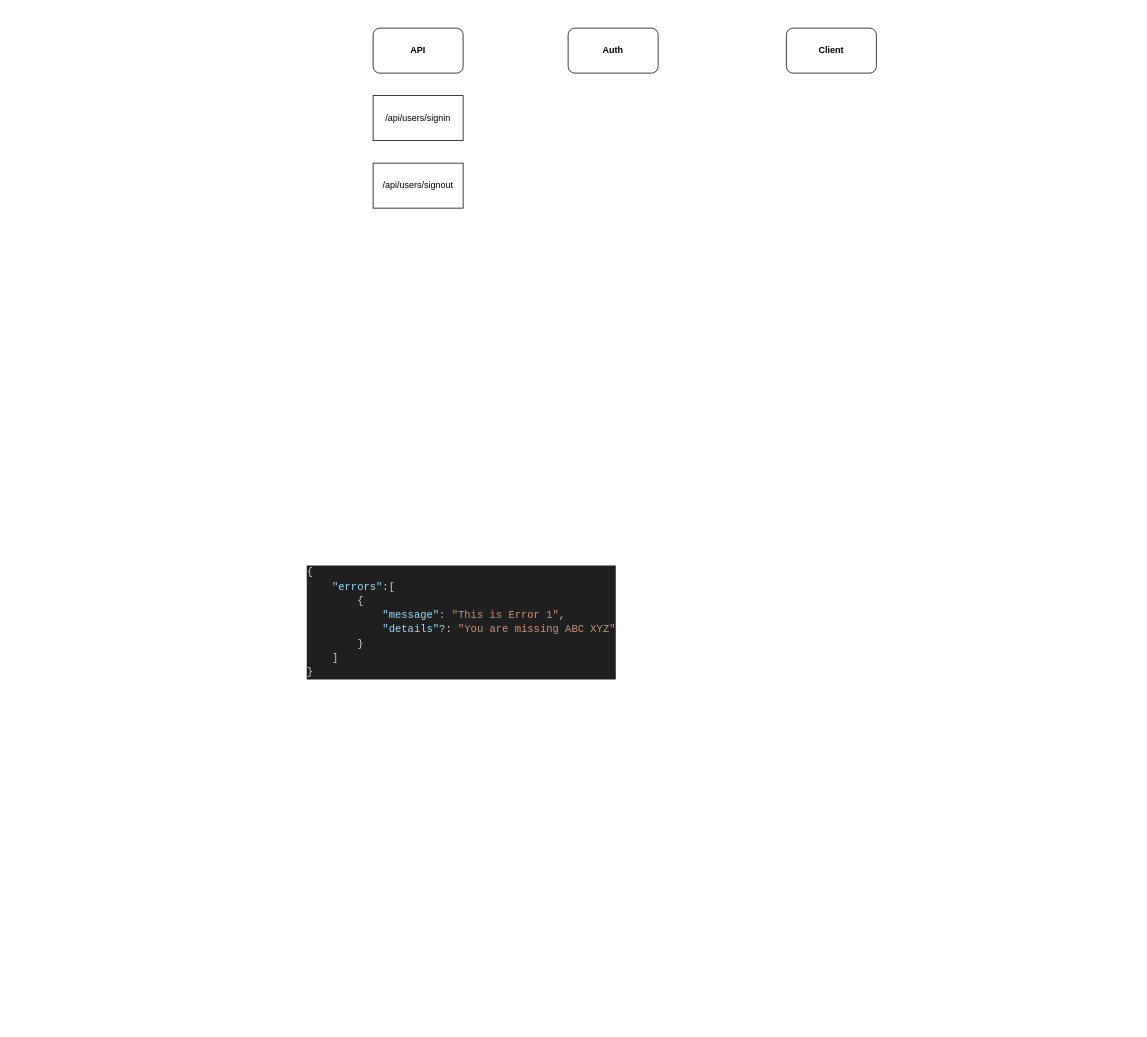
Earlier version of the draw.io diagram API.drawio (n0aHVN/TableTennisShop). Source tidied: cells renumbered, new cells numbered last; positions are measured from the earlier drawing's top-left corner, leaving out a move shared by most shapes. Both pictures are drawn from the tidied source at 75%, with x=0, y=0 at pixel (305, 28).
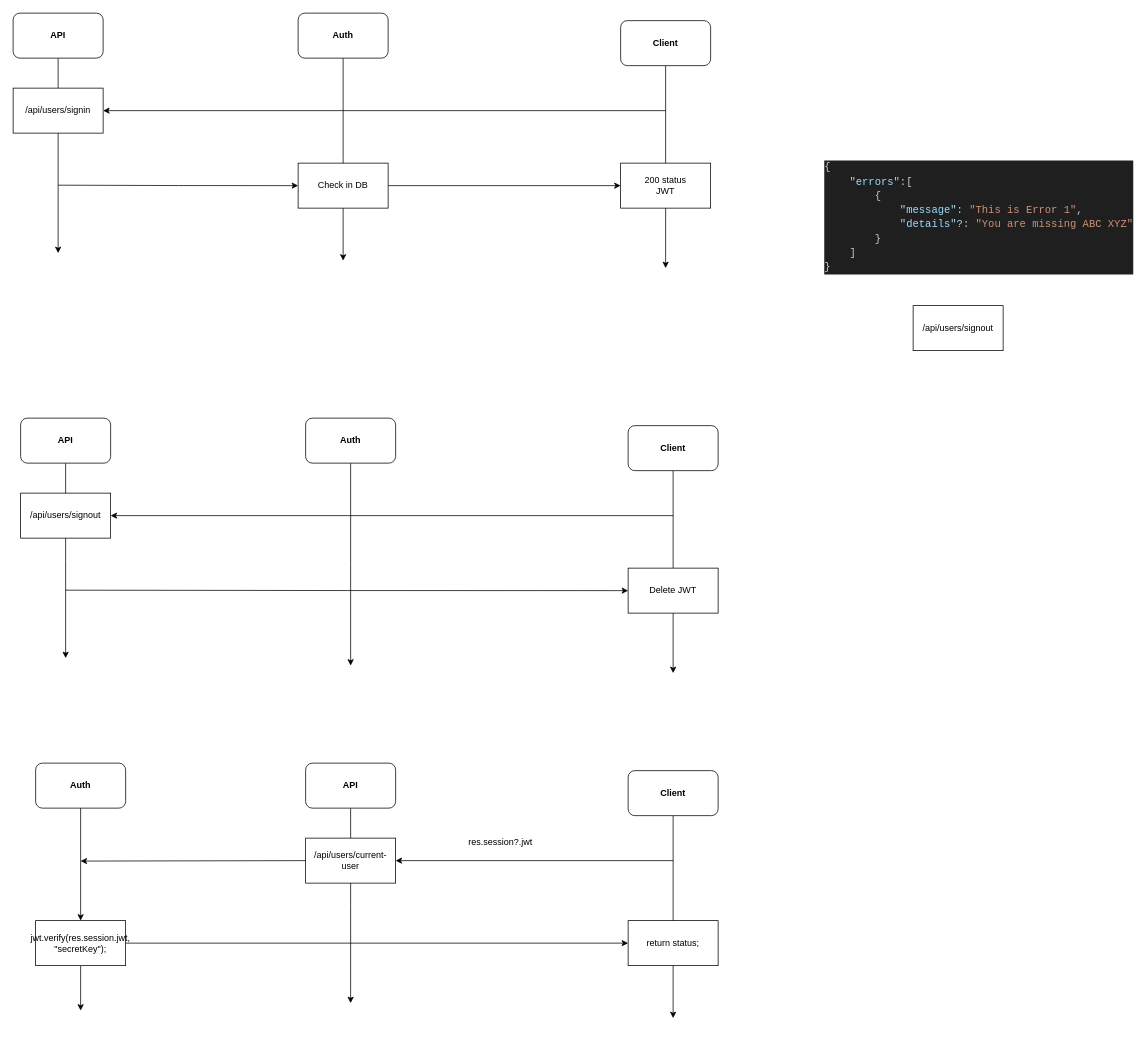
The same page after the edit.

Diff of the diagram source:
```diff
@@
     <mxCell id="2" value="&lt;div style=&quot;color: rgb(204, 204, 204); background-color: rgb(31, 31, 31); font-family: Consolas, &amp;quot;Courier New&amp;quot;, monospace; font-weight: normal; font-size: 14px; line-height: 19px; white-space: pre;&quot;&gt;&lt;div&gt;&lt;span style=&quot;color: rgb(204, 204, 204);&quot;&gt;{&lt;/span&gt;&lt;/div&gt;&lt;div&gt;&lt;span style=&quot;color: rgb(204, 204, 204);&quot;&gt;&amp;nbsp; &amp;nbsp; &lt;/span&gt;&lt;span style=&quot;color: rgb(156, 220, 254);&quot;&gt;&quot;errors&quot;&lt;/span&gt;&lt;span style=&quot;color: rgb(204, 204, 204);&quot;&gt;:[&lt;/span&gt;&lt;/div&gt;&lt;div&gt;&lt;span style=&quot;color: rgb(204, 204, 204);&quot;&gt;&amp;nbsp; &amp;nbsp; &amp;nbsp; &amp;nbsp; {&lt;/span&gt;&lt;/div&gt;&lt;div&gt;&lt;span style=&quot;color: rgb(204, 204, 204);&quot;&gt;&amp;nbsp; &amp;nbsp; &amp;nbsp; &amp;nbsp; &amp;nbsp; &amp;nbsp; &lt;/span&gt;&lt;span style=&quot;color: rgb(156, 220, 254);&quot;&gt;&quot;message&quot;&lt;/span&gt;&lt;span style=&quot;color: rgb(204, 204, 204);&quot;&gt;: &lt;/span&gt;&lt;span style=&quot;color: rgb(206, 145, 120);&quot;&gt;&quot;This is Error 1&quot;&lt;/span&gt;&lt;span style=&quot;color: rgb(204, 204, 204);&quot;&gt;,&lt;/span&gt;&lt;/div&gt;&lt;div&gt;&lt;span style=&quot;color: rgb(204, 204, 204);&quot;&gt;&amp;nbsp; &amp;nbsp; &amp;nbsp; &amp;nbsp; &amp;nbsp; &amp;nbsp; &lt;/span&gt;&lt;span style=&quot;color: rgb(156, 220, 254);&quot;&gt;&quot;details&quot;?&lt;/span&gt;&lt;span style=&quot;color: rgb(204, 204, 204);&quot;&gt;: &lt;/span&gt;&lt;span style=&quot;color: rgb(206, 145, 120);&quot;&gt;&quot;You are missing ABC XYZ&quot;&lt;/span&gt;&lt;/div&gt;&lt;div&gt;&lt;span style=&quot;color: rgb(204, 204, 204);&quot;&gt;&amp;nbsp; &amp;nbsp; &amp;nbsp; &amp;nbsp; }&lt;/span&gt;&lt;/div&gt;&lt;div&gt;&lt;span style=&quot;color: rgb(204, 204, 204);&quot;&gt;&amp;nbsp; &amp;nbsp; ]&lt;/span&gt;&lt;/div&gt;&lt;div&gt;&lt;span style=&quot;color: rgb(204, 204, 204);&quot;&gt;}&lt;/span&gt;&lt;/div&gt;&lt;/div&gt;" style="text;whiteSpace=wrap;html=1;" parent="1" vertex="1">
-      <mxGeometry y="710" width="360" height="180" as="geometry" />
+      <mxGeometry x="690" y="170" width="360" height="180" as="geometry" />
     </mxCell>
+    <mxCell id="4" value="/api/users/signout" style="rounded=0;whiteSpace=wrap;html=1;" parent="1" vertex="1">
+      <mxGeometry x="810" y="370" width="120" height="60" as="geometry" />
+    </mxCell>
+    <mxCell id="8" style="edgeStyle=orthogonalEdgeStyle;rounded=0;jettySize=auto;html=1;exitX=0.5;exitY=1;exitDx=0;exitDy=0;" parent="1" edge="1" source="5">
+      <mxGeometry relative="1" as="geometry">
+        <mxPoint x="-330" y="300" as="targetPoint" />
+      </mxGeometry>
+    </mxCell>
+    <mxCell id="5" value="&lt;span style=&quot;font-weight: 700;&quot;&gt;API&lt;/span&gt;" style="rounded=1;whiteSpace=wrap;html=1;" parent="1" vertex="1">
+      <mxGeometry x="-390" y="-20" width="120" height="60" as="geometry" />
+    </mxCell>
+    <mxCell id="9" style="edgeStyle=orthogonalEdgeStyle;rounded=0;jettySize=auto;html=1;exitX=0.5;exitY=1;exitDx=0;exitDy=0;" parent="1" edge="1" source="6">
+      <mxGeometry relative="1" as="geometry">
+        <mxPoint x="480" y="320" as="targetPoint" />
+      </mxGeometry>
+    </mxCell>
+    <mxCell id="6" value="&lt;span style=&quot;font-weight: 700;&quot;&gt;Client&lt;/span&gt;" style="rounded=1;whiteSpace=wrap;html=1;" parent="1" vertex="1">
+      <mxGeometry x="420" y="-10" width="120" height="60" as="geometry" />
+    </mxCell>
+    <mxCell id="10" style="edgeStyle=orthogonalEdgeStyle;rounded=0;jettySize=auto;html=1;exitX=0.5;exitY=1;exitDx=0;exitDy=0;" parent="1" edge="1" source="7">
+      <mxGeometry relative="1" as="geometry">
+        <mxPoint x="50" y="310" as="targetPoint" />
+      </mxGeometry>
+    </mxCell>
+    <mxCell id="7" value="&lt;span style=&quot;font-weight: 700;&quot;&gt;Auth&lt;/span&gt;" style="rounded=1;whiteSpace=wrap;html=1;" parent="1" vertex="1">
+      <mxGeometry x="-10" y="-20" width="120" height="60" as="geometry" />
+    </mxCell>
+    <mxCell id="11" style="edgeStyle=orthogonalEdgeStyle;rounded=0;jettySize=auto;html=1;exitX=1;exitY=0.5;exitDx=0;exitDy=0;entryX=0;entryY=0.5;entryDx=0;entryDy=0;" parent="1" edge="1" source="12" target="13">
+      <mxGeometry relative="1" as="geometry" />
+    </mxCell>
+    <mxCell id="12" value="Check in DB" style="rounded=0;whiteSpace=wrap;html=1;" parent="1" vertex="1">
+      <mxGeometry x="-10" y="180" width="120" height="60" as="geometry" />
+    </mxCell>
+    <mxCell id="13" value="&lt;div&gt;200 status&lt;/div&gt;JWT" style="rounded=0;whiteSpace=wrap;html=1;" parent="1" vertex="1">
+      <mxGeometry x="420" y="180" width="120" height="60" as="geometry" />
+    </mxCell>
     <mxCell id="3" value="/api/users/signin" style="rounded=0;whiteSpace=wrap;html=1;" parent="1" vertex="1">
-      <mxGeometry x="90" y="90" width="120" height="60" as="geometry" />
+      <mxGeometry x="-390" y="80" width="120" height="60" as="geometry" />
     </mxCell>
-    <mxCell id="4" value="/api/users/signout" style="rounded=0;whiteSpace=wrap;html=1;" parent="1" vertex="1">
-      <mxGeometry x="90" y="180" width="120" height="60" as="geometry" />
-    </mxCell>
-    <mxCell id="5" value="&lt;span style=&quot;font-weight: 700;&quot;&gt;API&lt;/span&gt;" style="rounded=1;whiteSpace=wrap;html=1;" parent="1" vertex="1">
-      <mxGeometry x="90" width="120" height="60" as="geometry" />
-    </mxCell>
-    <mxCell id="6" value="&lt;span style=&quot;font-weight: 700;&quot;&gt;Client&lt;/span&gt;" style="rounded=1;whiteSpace=wrap;html=1;" parent="1" vertex="1">
-      <mxGeometry x="641" width="120" height="60" as="geometry" />
-    </mxCell>
-    <mxCell id="7" value="&lt;span style=&quot;font-weight: 700;&quot;&gt;Auth&lt;/span&gt;" style="rounded=1;whiteSpace=wrap;html=1;" parent="1" vertex="1">
-      <mxGeometry x="350" width="120" height="60" as="geometry" />
-    </mxCell>
+    <mxCell id="14" style="endArrow=classic;html=1;rounded=0;entryX=1;entryY=0.5;entryDx=0;entryDy=0;" parent="1" edge="1" target="3">
+      <mxGeometry relative="1" as="geometry">
+        <mxPoint x="480" y="110" as="sourcePoint" />
+      </mxGeometry>
+    </mxCell>
+    <mxCell id="15" style="edgeStyle=orthogonalEdgeStyle;rounded=0;jettySize=auto;html=1;exitX=1;exitY=0.5;exitDx=0;exitDy=0;entryX=0;entryY=0.5;entryDx=0;entryDy=0;" parent="1" edge="1" target="12">
+      <mxGeometry relative="1" as="geometry">
+        <mxPoint x="-330" y="209.4" as="sourcePoint" />
+      </mxGeometry>
+    </mxCell>
+    <mxCell id="16" style="edgeStyle=orthogonalEdgeStyle;rounded=0;jettySize=auto;html=1;exitX=0.5;exitY=1;exitDx=0;exitDy=0;" parent="1" edge="1" source="17">
+      <mxGeometry relative="1" as="geometry">
+        <mxPoint x="-320" y="840" as="targetPoint" />
+      </mxGeometry>
+    </mxCell>
+    <mxCell id="17" value="&lt;span style=&quot;font-weight: 700;&quot;&gt;API&lt;/span&gt;" style="rounded=1;whiteSpace=wrap;html=1;" parent="1" vertex="1">
+      <mxGeometry x="-380" y="520" width="120" height="60" as="geometry" />
+    </mxCell>
+    <mxCell id="18" style="edgeStyle=orthogonalEdgeStyle;rounded=0;jettySize=auto;html=1;exitX=0.5;exitY=1;exitDx=0;exitDy=0;" parent="1" edge="1" source="19">
+      <mxGeometry relative="1" as="geometry">
+        <mxPoint x="490" y="860" as="targetPoint" />
+      </mxGeometry>
+    </mxCell>
+    <mxCell id="19" value="&lt;span style=&quot;font-weight: 700;&quot;&gt;Client&lt;/span&gt;" style="rounded=1;whiteSpace=wrap;html=1;" parent="1" vertex="1">
+      <mxGeometry x="430" y="530" width="120" height="60" as="geometry" />
+    </mxCell>
+    <mxCell id="20" style="edgeStyle=orthogonalEdgeStyle;rounded=0;jettySize=auto;html=1;exitX=0.5;exitY=1;exitDx=0;exitDy=0;" parent="1" edge="1" source="21">
+      <mxGeometry relative="1" as="geometry">
+        <mxPoint x="60" y="850" as="targetPoint" />
+      </mxGeometry>
+    </mxCell>
+    <mxCell id="21" value="&lt;span style=&quot;font-weight: 700;&quot;&gt;Auth&lt;/span&gt;" style="rounded=1;whiteSpace=wrap;html=1;" parent="1" vertex="1">
+      <mxGeometry y="520" width="120" height="60" as="geometry" />
+    </mxCell>
+    <mxCell id="22" value="&lt;div&gt;Delete JWT&lt;/div&gt;" style="rounded=0;whiteSpace=wrap;html=1;" parent="1" vertex="1">
+      <mxGeometry x="430" y="720" width="120" height="60" as="geometry" />
+    </mxCell>
+    <mxCell id="23" value="/api/users/signout" style="rounded=0;whiteSpace=wrap;html=1;" parent="1" vertex="1">
+      <mxGeometry x="-380" y="620" width="120" height="60" as="geometry" />
+    </mxCell>
+    <mxCell id="24" style="endArrow=classic;html=1;rounded=0;entryX=1;entryY=0.5;entryDx=0;entryDy=0;" parent="1" edge="1" target="23">
+      <mxGeometry relative="1" as="geometry">
+        <mxPoint x="490" y="650" as="sourcePoint" />
+      </mxGeometry>
+    </mxCell>
+    <mxCell id="25" style="edgeStyle=orthogonalEdgeStyle;rounded=0;jettySize=auto;html=1;exitX=1;exitY=0.5;exitDx=0;exitDy=0;entryX=0;entryY=0.5;entryDx=0;entryDy=0;" parent="1" edge="1" target="22">
+      <mxGeometry relative="1" as="geometry">
+        <mxPoint x="-320" y="749.4" as="sourcePoint" />
+      </mxGeometry>
+    </mxCell>
+    <mxCell id="26" style="edgeStyle=orthogonalEdgeStyle;rounded=0;jettySize=auto;html=1;exitX=0.5;exitY=1;exitDx=0;exitDy=0;" parent="1" edge="1" source="27">
+      <mxGeometry relative="1" as="geometry">
+        <mxPoint x="60" y="1300" as="targetPoint" />
+      </mxGeometry>
+    </mxCell>
+    <mxCell id="27" value="&lt;span style=&quot;font-weight: 700;&quot;&gt;API&lt;/span&gt;" style="rounded=1;whiteSpace=wrap;html=1;" parent="1" vertex="1">
+      <mxGeometry y="980" width="120" height="60" as="geometry" />
+    </mxCell>
+    <mxCell id="28" style="edgeStyle=orthogonalEdgeStyle;rounded=0;jettySize=auto;html=1;exitX=0.5;exitY=1;exitDx=0;exitDy=0;" parent="1" edge="1" source="29">
+      <mxGeometry relative="1" as="geometry">
+        <mxPoint x="490" y="1320" as="targetPoint" />
+      </mxGeometry>
+    </mxCell>
+    <mxCell id="29" value="&lt;span style=&quot;font-weight: 700;&quot;&gt;Client&lt;/span&gt;" style="rounded=1;whiteSpace=wrap;html=1;" parent="1" vertex="1">
+      <mxGeometry x="430" y="990" width="120" height="60" as="geometry" />
+    </mxCell>
+    <mxCell id="30" style="edgeStyle=orthogonalEdgeStyle;rounded=0;jettySize=auto;html=1;exitX=0.5;exitY=1;exitDx=0;exitDy=0;" parent="1" edge="1" source="39">
+      <mxGeometry relative="1" as="geometry">
+        <mxPoint x="-300" y="1310" as="targetPoint" />
+      </mxGeometry>
+    </mxCell>
+    <mxCell id="31" value="&lt;span style=&quot;font-weight: 700;&quot;&gt;Auth&lt;/span&gt;" style="rounded=1;whiteSpace=wrap;html=1;" parent="1" vertex="1">
+      <mxGeometry x="-360" y="980" width="120" height="60" as="geometry" />
+    </mxCell>
+    <mxCell id="32" value="&lt;div&gt;return status;&lt;/div&gt;" style="rounded=0;whiteSpace=wrap;html=1;" parent="1" vertex="1">
+      <mxGeometry x="430" y="1190" width="120" height="60" as="geometry" />
+    </mxCell>
+    <mxCell id="33" style="edgeStyle=none;rounded=0;jettySize=auto;html=1;exitX=0;exitY=0.5;exitDx=0;exitDy=0;" parent="1" edge="1" source="34">
+      <mxGeometry relative="1" as="geometry">
+        <mxPoint x="-300" y="1110.6" as="targetPoint" />
+      </mxGeometry>
+    </mxCell>
+    <mxCell id="34" value="/api/users/current-user" style="rounded=0;whiteSpace=wrap;html=1;" parent="1" vertex="1">
+      <mxGeometry y="1080" width="120" height="60" as="geometry" />
+    </mxCell>
+    <mxCell id="35" style="endArrow=classic;html=1;rounded=0;entryX=1;entryY=0.5;entryDx=0;entryDy=0;" parent="1" edge="1" target="34">
+      <mxGeometry relative="1" as="geometry">
+        <mxPoint x="490" y="1110" as="sourcePoint" />
+      </mxGeometry>
+    </mxCell>
+    <mxCell id="36" style="edgeStyle=orthogonalEdgeStyle;rounded=0;jettySize=auto;html=1;entryX=0;entryY=0.5;entryDx=0;entryDy=0;exitX=1;exitY=0.5;exitDx=0;exitDy=0;" parent="1" edge="1" source="39" target="32">
+      <mxGeometry relative="1" as="geometry" />
+    </mxCell>
+    <mxCell id="37" value="res.session?.jwt" style="text;html=1;align=center;verticalAlign=middle;whiteSpace=wrap;rounded=0;" parent="1" vertex="1">
+      <mxGeometry x="230" y="1070" width="60" height="30" as="geometry" />
+    </mxCell>
+    <mxCell id="38" style="edgeStyle=orthogonalEdgeStyle;rounded=0;jettySize=auto;html=1;exitX=0.5;exitY=1;exitDx=0;exitDy=0;" parent="1" edge="1" source="31" target="39">
+      <mxGeometry relative="1" as="geometry" />
+    </mxCell>
+    <mxCell id="39" value="jwt.verify(res.session.jwt, &quot;secretKey&quot;);" style="rounded=0;whiteSpace=wrap;html=1;" parent="1" vertex="1">
+      <mxGeometry x="-360" y="1190" width="120" height="60" as="geometry" />
+    </mxCell>
```
